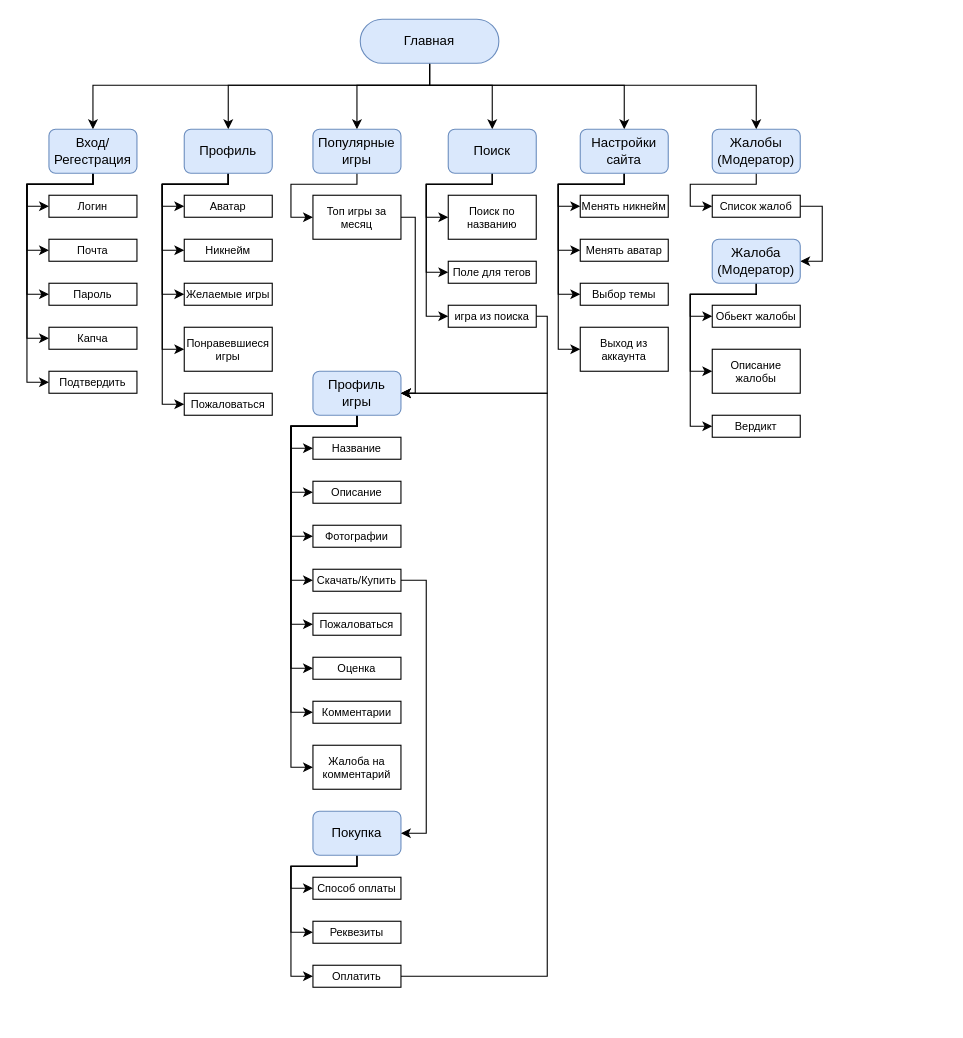
MaxUnLuck/html keeps this draw.io diagram as Структура сайта.drawio. Above is the earlier version. Source tidied: cells renumbered, new cells numbered last; positions are measured from the earlier drawing's top-left corner, leaving out a move shared by most shapes. Both pictures are drawn from the tidied source at 110%, with x=0, y=0 at pixel (26, 19).
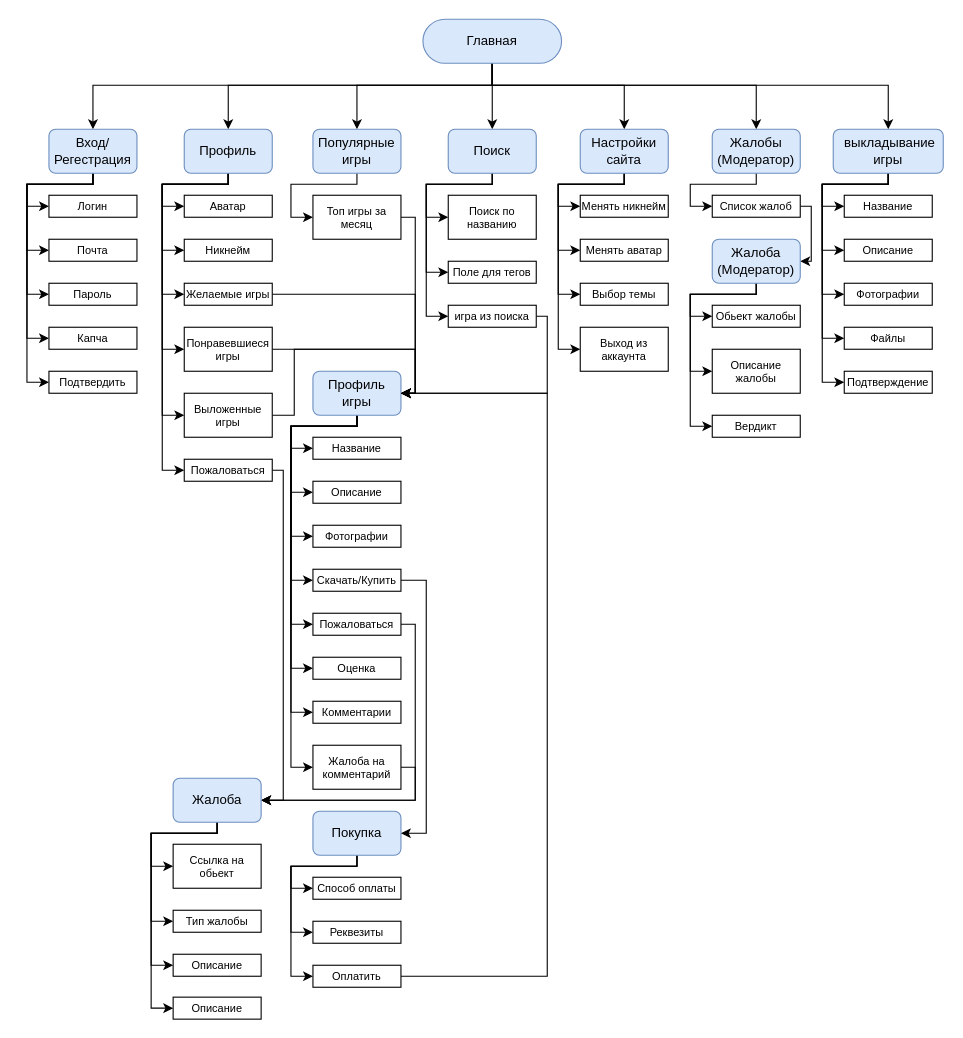
The same page after the edit.

Unchanged cells that the change refers to:
```xml
<mxCell id="10" value="Популярные игры" style="rounded=1;whiteSpace=wrap;html=1;shadow=0;fillColor=#dae8fc;strokeColor=#6c8ebf;" parent="1" vertex="1">
  <mxGeometry x="260" y="100" width="80" height="40" as="geometry" />
</mxCell>
<mxCell id="16" value="Профиль" style="rounded=1;whiteSpace=wrap;html=1;shadow=0;fillColor=#dae8fc;strokeColor=#6c8ebf;" parent="1" vertex="1">
  <mxGeometry x="143" y="100" width="80" height="40" as="geometry" />
</mxCell>
<mxCell id="22" value="Вход/Регестрация" style="rounded=1;whiteSpace=wrap;html=1;shadow=0;fillColor=#dae8fc;strokeColor=#6c8ebf;" parent="1" vertex="1">
  <mxGeometry x="20" y="100" width="80" height="40" as="geometry" />
</mxCell>
<mxCell id="27" value="Настройки сайта" style="rounded=1;whiteSpace=wrap;html=1;shadow=0;fillColor=#dae8fc;strokeColor=#6c8ebf;" parent="1" vertex="1">
  <mxGeometry x="503" y="100" width="80" height="40" as="geometry" />
</mxCell>
<mxCell id="31" value="Поиск" style="rounded=1;whiteSpace=wrap;html=1;shadow=0;fillColor=#dae8fc;strokeColor=#6c8ebf;" parent="1" vertex="1">
  <mxGeometry x="383" y="100" width="80" height="40" as="geometry" />
</mxCell>
<mxCell id="40" value="Профиль игры" style="rounded=1;whiteSpace=wrap;html=1;shadow=0;fillColor=#dae8fc;strokeColor=#6c8ebf;" parent="1" vertex="1">
  <mxGeometry x="260" y="320" width="80" height="40" as="geometry" />
</mxCell>
<mxCell id="50" value="&lt;font style=&quot;font-size: 10px;&quot;&gt;Желаемые игры&lt;/font&gt;" style="rounded=0;whiteSpace=wrap;html=1;fontSize=10;shadow=0;" parent="1" vertex="1">
  <mxGeometry x="143" y="240" width="80" height="20" as="geometry" />
</mxCell>
<mxCell id="51" value="&lt;font style=&quot;font-size: 10px;&quot;&gt;Понравевшиеся игры&lt;/font&gt;" style="rounded=0;whiteSpace=wrap;html=1;fontSize=10;shadow=0;" parent="1" vertex="1">
  <mxGeometry x="143" y="280" width="80" height="40" as="geometry" />
</mxCell>
<mxCell id="72" value="&lt;font style=&quot;font-size: 10px;&quot;&gt;Пожаловаться&lt;/font&gt;" style="rounded=0;whiteSpace=wrap;html=1;fontSize=10;shadow=0;" parent="1" vertex="1">
  <mxGeometry x="260" y="540" width="80" height="20" as="geometry" />
</mxCell>
<mxCell id="74" value="Жалобы (Модератор)" style="rounded=1;whiteSpace=wrap;html=1;shadow=0;fillColor=#dae8fc;strokeColor=#6c8ebf;" parent="1" vertex="1">
  <mxGeometry x="623" y="100" width="80" height="40" as="geometry" />
</mxCell>
<mxCell id="76" value="Список жалоб" style="rounded=0;whiteSpace=wrap;html=1;fontSize=10;shadow=0;" parent="1" vertex="1">
  <mxGeometry x="623" y="160" width="80" height="20" as="geometry" />
</mxCell>
<mxCell id="85" value="Жалоба (Модератор)" style="rounded=1;whiteSpace=wrap;html=1;shadow=0;fillColor=#dae8fc;strokeColor=#6c8ebf;" parent="1" vertex="1">
  <mxGeometry x="623" y="200" width="80" height="40" as="geometry" />
</mxCell>
<mxCell id="86" value="&lt;font style=&quot;font-size: 10px;&quot;&gt;Жалоба на комментарий&lt;/font&gt;" style="rounded=0;whiteSpace=wrap;html=1;fontSize=10;shadow=0;" parent="1" vertex="1">
  <mxGeometry x="260" y="660" width="80" height="40" as="geometry" />
</mxCell>
```

Diff of the diagram source:
```diff
@@
     <mxCell id="2" style="edgeStyle=orthogonalEdgeStyle;rounded=0;jettySize=auto;html=1;entryX=0.5;entryY=0;entryDx=0;entryDy=0;shadow=0;" parent="1" edge="1" source="8" target="10">
       <mxGeometry relative="1" as="geometry">
         <Array as="points">
-          <mxPoint x="366" y="60" />
+          <mxPoint x="423" y="60" />
           <mxPoint x="300" y="60" />
         </Array>
       </mxGeometry>
     </mxCell>
     <mxCell id="3" style="edgeStyle=orthogonalEdgeStyle;rounded=0;jettySize=auto;html=1;entryX=0.5;entryY=0;entryDx=0;entryDy=0;shadow=0;" parent="1" edge="1" source="8" target="16">
       <mxGeometry relative="1" as="geometry">
         <Array as="points">
-          <mxPoint x="366" y="60" />
+          <mxPoint x="423" y="60" />
           <mxPoint x="183" y="60" />
         </Array>
       </mxGeometry>
     </mxCell>
     <mxCell id="4" style="edgeStyle=orthogonalEdgeStyle;rounded=0;jettySize=auto;html=1;entryX=0.5;entryY=0;entryDx=0;entryDy=0;shadow=0;" parent="1" edge="1" source="8" target="22">
       <mxGeometry relative="1" as="geometry">
         <Array as="points">
-          <mxPoint x="366" y="60" />
+          <mxPoint x="423" y="60" />
           <mxPoint x="60" y="60" />
         </Array>
       </mxGeometry>
     </mxCell>
     <mxCell id="5" style="edgeStyle=orthogonalEdgeStyle;rounded=0;jettySize=auto;html=1;entryX=0.5;entryY=0;entryDx=0;entryDy=0;shadow=0;" parent="1" edge="1" source="8" target="31">
       <mxGeometry relative="1" as="geometry">
         <Array as="points">
-          <mxPoint x="366" y="60" />
-          <mxPoint x="423" y="60" />
+          <mxPoint x="423" y="50" />
+          <mxPoint x="423" y="50" />
         </Array>
       </mxGeometry>
     </mxCell>
     <mxCell id="6" style="edgeStyle=orthogonalEdgeStyle;rounded=0;jettySize=auto;html=1;entryX=0.5;entryY=0;entryDx=0;entryDy=0;shadow=0;" parent="1" edge="1" source="8" target="27">
       <mxGeometry relative="1" as="geometry">
         <Array as="points">
-          <mxPoint x="366" y="60" />
+          <mxPoint x="423" y="60" />
           <mxPoint x="543" y="60" />
         </Array>
       </mxGeometry>
     </mxCell>
     <mxCell id="7" style="edgeStyle=orthogonalEdgeStyle;rounded=0;jettySize=auto;html=1;entryX=0.5;entryY=0;entryDx=0;entryDy=0;shadow=0;" parent="1" edge="1" source="8" target="74">
       <mxGeometry relative="1" as="geometry">
         <Array as="points">
-          <mxPoint x="366" y="60" />
+          <mxPoint x="423" y="60" />
           <mxPoint x="663" y="60" />
         </Array>
       </mxGeometry>
     </mxCell>
+    <mxCell id="89" style="edgeStyle=orthogonalEdgeStyle;rounded=0;jettySize=auto;html=1;" parent="1" edge="1" source="8" target="110">
+      <mxGeometry relative="1" as="geometry">
+        <Array as="points">
+          <mxPoint x="423" y="60" />
+          <mxPoint x="783" y="60" />
+        </Array>
+      </mxGeometry>
+    </mxCell>
     <mxCell id="8" value="Главная" style="rounded=1;whiteSpace=wrap;html=1;shadow=0;arcSize=50;fillColor=#dae8fc;strokeColor=#6c8ebf;" parent="1" vertex="1">
-      <mxGeometry x="303" width="126" height="40" as="geometry" />
+      <mxGeometry x="360" width="126" height="40" as="geometry" />
     </mxCell>
@@
     <mxCell id="15" style="edgeStyle=orthogonalEdgeStyle;rounded=0;jettySize=auto;html=1;entryX=0;entryY=0.5;entryDx=0;entryDy=0;shadow=0;" parent="1" edge="1" source="16" target="71">
       <mxGeometry relative="1" as="geometry">
         <Array as="points">
           <mxPoint x="183" y="150" />
           <mxPoint x="123" y="150" />
-          <mxPoint x="123" y="350" />
+          <mxPoint x="123" y="410" />
         </Array>
       </mxGeometry>
     </mxCell>
+    <mxCell id="90" style="edgeStyle=orthogonalEdgeStyle;rounded=0;jettySize=auto;html=1;entryX=0;entryY=0.5;entryDx=0;entryDy=0;" parent="1" edge="1" source="16" target="117">
+      <mxGeometry relative="1" as="geometry">
+        <Array as="points">
+          <mxPoint x="183" y="150" />
+          <mxPoint x="123" y="150" />
+          <mxPoint x="123" y="360" />
+        </Array>
+      </mxGeometry>
+    </mxCell>
@@
+    <mxCell id="91" style="edgeStyle=orthogonalEdgeStyle;rounded=0;jettySize=auto;html=1;entryX=1;entryY=0.5;entryDx=0;entryDy=0;" parent="1" edge="1" source="50" target="40">
+      <mxGeometry relative="1" as="geometry">
+        <Array as="points">
+          <mxPoint x="353" y="250" />
+          <mxPoint x="353" y="340" />
+        </Array>
+      </mxGeometry>
+    </mxCell>
@@
+    <mxCell id="92" style="edgeStyle=orthogonalEdgeStyle;rounded=0;jettySize=auto;html=1;entryX=1;entryY=0.5;entryDx=0;entryDy=0;" parent="1" edge="1" source="51" target="40">
+      <mxGeometry relative="1" as="geometry">
+        <Array as="points">
+          <mxPoint x="353" y="300" />
+          <mxPoint x="353" y="340" />
+        </Array>
+      </mxGeometry>
+    </mxCell>
@@
+    <mxCell id="93" style="edgeStyle=orthogonalEdgeStyle;rounded=0;jettySize=auto;html=1;entryX=1;entryY=0.5;entryDx=0;entryDy=0;" parent="1" edge="1" source="71" target="100">
+      <mxGeometry relative="1" as="geometry">
+        <Array as="points">
+          <mxPoint x="233" y="410" />
+          <mxPoint x="233" y="710" />
+        </Array>
+      </mxGeometry>
+    </mxCell>
     <mxCell id="71" value="&lt;font style=&quot;font-size: 10px;&quot;&gt;Пожаловаться&lt;/font&gt;" style="rounded=0;whiteSpace=wrap;html=1;fontSize=10;shadow=0;" parent="1" vertex="1">
-      <mxGeometry x="143" y="340" width="80" height="20" as="geometry" />
+      <mxGeometry x="143" y="400" width="80" height="20" as="geometry" />
     </mxCell>
+    <mxCell id="94" style="edgeStyle=orthogonalEdgeStyle;rounded=0;jettySize=auto;html=1;entryX=1;entryY=0.5;entryDx=0;entryDy=0;" parent="1" edge="1" source="72" target="100">
+      <mxGeometry relative="1" as="geometry">
+        <Array as="points">
+          <mxPoint x="353" y="550" />
+          <mxPoint x="353" y="710" />
+        </Array>
+      </mxGeometry>
+    </mxCell>
@@
     <mxCell id="75" style="edgeStyle=orthogonalEdgeStyle;rounded=0;jettySize=auto;html=1;entryX=1;entryY=0.5;entryDx=0;entryDy=0;" parent="1" edge="1" source="76" target="85">
       <mxGeometry relative="1" as="geometry">
         <Array as="points">
-          <mxPoint x="723" y="170" />
-          <mxPoint x="723" y="220" />
+          <mxPoint x="713" y="170" />
+          <mxPoint x="713" y="220" />
         </Array>
       </mxGeometry>
     </mxCell>
@@
+    <mxCell id="95" style="edgeStyle=orthogonalEdgeStyle;rounded=0;jettySize=auto;html=1;entryX=1;entryY=0.5;entryDx=0;entryDy=0;" parent="1" edge="1" source="86" target="100">
+      <mxGeometry relative="1" as="geometry">
+        <Array as="points">
+          <mxPoint x="353" y="680" />
+          <mxPoint x="353" y="710" />
+        </Array>
+      </mxGeometry>
+    </mxCell>
@@
+    <mxCell id="96" style="edgeStyle=orthogonalEdgeStyle;rounded=0;jettySize=auto;html=1;entryX=0;entryY=0.5;entryDx=0;entryDy=0;" parent="1" edge="1" source="100" target="103">
+      <mxGeometry relative="1" as="geometry">
+        <Array as="points">
+          <mxPoint x="172.9" y="740" />
+          <mxPoint x="112.9" y="740" />
+          <mxPoint x="112.9" y="770" />
+        </Array>
+      </mxGeometry>
+    </mxCell>
+    <mxCell id="97" style="edgeStyle=orthogonalEdgeStyle;rounded=0;jettySize=auto;html=1;entryX=0;entryY=0.5;entryDx=0;entryDy=0;" parent="1" edge="1" source="100" target="101">
+      <mxGeometry relative="1" as="geometry">
+        <Array as="points">
+          <mxPoint x="172.9" y="740" />
+          <mxPoint x="112.9" y="740" />
+          <mxPoint x="112.9" y="820" />
+        </Array>
+      </mxGeometry>
+    </mxCell>
+    <mxCell id="98" style="edgeStyle=orthogonalEdgeStyle;rounded=0;jettySize=auto;html=1;entryX=0;entryY=0.5;entryDx=0;entryDy=0;" parent="1" edge="1" source="100" target="102">
+      <mxGeometry relative="1" as="geometry">
+        <Array as="points">
+          <mxPoint x="172.9" y="740" />
+          <mxPoint x="112.9" y="740" />
+          <mxPoint x="112.9" y="860" />
+        </Array>
+      </mxGeometry>
+    </mxCell>
+    <mxCell id="99" style="edgeStyle=orthogonalEdgeStyle;rounded=0;jettySize=auto;html=1;entryX=0;entryY=0.5;entryDx=0;entryDy=0;" parent="1" edge="1" source="100" target="104">
+      <mxGeometry relative="1" as="geometry">
+        <Array as="points">
+          <mxPoint x="172.9" y="740" />
+          <mxPoint x="112.9" y="740" />
+          <mxPoint x="112.9" y="899" />
+        </Array>
+      </mxGeometry>
+    </mxCell>
+    <mxCell id="100" value="Жалоба" style="rounded=1;whiteSpace=wrap;html=1;shadow=0;fillColor=#dae8fc;strokeColor=#6c8ebf;" parent="1" vertex="1">
+      <mxGeometry x="132.9" y="690" width="80" height="40" as="geometry" />
+    </mxCell>
+    <mxCell id="101" value="Тип жалобы" style="rounded=0;whiteSpace=wrap;html=1;fontSize=10;shadow=0;" parent="1" vertex="1">
+      <mxGeometry x="132.9" y="810" width="80" height="20" as="geometry" />
+    </mxCell>
+    <mxCell id="102" value="Описание" style="rounded=0;whiteSpace=wrap;html=1;fontSize=10;shadow=0;" parent="1" vertex="1">
+      <mxGeometry x="132.9" y="850" width="80" height="20" as="geometry" />
+    </mxCell>
+    <mxCell id="103" value="Ссылка на обьект" style="rounded=0;whiteSpace=wrap;html=1;fontSize=10;shadow=0;" parent="1" vertex="1">
+      <mxGeometry x="132.9" y="750" width="80" height="40" as="geometry" />
+    </mxCell>
+    <mxCell id="104" value="Описание" style="rounded=0;whiteSpace=wrap;html=1;fontSize=10;shadow=0;" parent="1" vertex="1">
+      <mxGeometry x="132.9" y="889" width="80" height="20" as="geometry" />
+    </mxCell>
+    <mxCell id="105" style="edgeStyle=orthogonalEdgeStyle;rounded=0;jettySize=auto;html=1;entryX=0;entryY=0.5;entryDx=0;entryDy=0;" parent="1" edge="1" source="110" target="111">
+      <mxGeometry relative="1" as="geometry">
+        <Array as="points">
+          <mxPoint x="783" y="150" />
+          <mxPoint x="723" y="150" />
+          <mxPoint x="723" y="170" />
+        </Array>
+      </mxGeometry>
+    </mxCell>
+    <mxCell id="106" style="edgeStyle=orthogonalEdgeStyle;rounded=0;jettySize=auto;html=1;entryX=0;entryY=0.5;entryDx=0;entryDy=0;" parent="1" edge="1" source="110" target="112">
+      <mxGeometry relative="1" as="geometry">
+        <Array as="points">
+          <mxPoint x="783" y="150" />
+          <mxPoint x="723" y="150" />
+          <mxPoint x="723" y="210" />
+        </Array>
+      </mxGeometry>
+    </mxCell>
+    <mxCell id="107" style="edgeStyle=orthogonalEdgeStyle;rounded=0;jettySize=auto;html=1;entryX=0;entryY=0.5;entryDx=0;entryDy=0;" parent="1" edge="1" source="110" target="113">
+      <mxGeometry relative="1" as="geometry">
+        <Array as="points">
+          <mxPoint x="783" y="150" />
+          <mxPoint x="723" y="150" />
+          <mxPoint x="723" y="250" />
+        </Array>
+      </mxGeometry>
+    </mxCell>
+    <mxCell id="108" style="edgeStyle=orthogonalEdgeStyle;rounded=0;jettySize=auto;html=1;entryX=0;entryY=0.5;entryDx=0;entryDy=0;" parent="1" edge="1" source="110" target="114">
+      <mxGeometry relative="1" as="geometry">
+        <Array as="points">
+          <mxPoint x="783" y="150" />
+          <mxPoint x="723" y="150" />
+          <mxPoint x="723" y="290" />
+        </Array>
+      </mxGeometry>
+    </mxCell>
+    <mxCell id="109" style="edgeStyle=orthogonalEdgeStyle;rounded=0;jettySize=auto;html=1;entryX=0;entryY=0.5;entryDx=0;entryDy=0;" parent="1" edge="1" source="110" target="115">
+      <mxGeometry relative="1" as="geometry">
+        <Array as="points">
+          <mxPoint x="783" y="150" />
+          <mxPoint x="723" y="150" />
+          <mxPoint x="723" y="330" />
+        </Array>
+      </mxGeometry>
+    </mxCell>
+    <mxCell id="110" value="&amp;nbsp;выкладывание игры" style="rounded=1;whiteSpace=wrap;html=1;shadow=0;fillColor=#dae8fc;strokeColor=#6c8ebf;" parent="1" vertex="1">
+      <mxGeometry x="733" y="100" width="100" height="40" as="geometry" />
+    </mxCell>
+    <mxCell id="111" value="Название" style="rounded=0;whiteSpace=wrap;html=1;fontSize=10;shadow=0;" parent="1" vertex="1">
+      <mxGeometry x="743" y="160" width="80" height="20" as="geometry" />
+    </mxCell>
+    <mxCell id="112" value="Описание" style="rounded=0;whiteSpace=wrap;html=1;fontSize=10;shadow=0;" parent="1" vertex="1">
+      <mxGeometry x="743" y="200" width="80" height="20" as="geometry" />
+    </mxCell>
+    <mxCell id="113" value="Фотографии" style="rounded=0;whiteSpace=wrap;html=1;fontSize=10;shadow=0;" parent="1" vertex="1">
+      <mxGeometry x="743" y="240" width="80" height="20" as="geometry" />
+    </mxCell>
+    <mxCell id="114" value="Файлы" style="rounded=0;whiteSpace=wrap;html=1;fontSize=10;shadow=0;" parent="1" vertex="1">
+      <mxGeometry x="743" y="280" width="80" height="20" as="geometry" />
+    </mxCell>
+    <mxCell id="115" value="Подтверждение" style="rounded=0;whiteSpace=wrap;html=1;fontSize=10;shadow=0;" parent="1" vertex="1">
+      <mxGeometry x="743" y="320" width="80" height="20" as="geometry" />
+    </mxCell>
+    <mxCell id="116" style="edgeStyle=orthogonalEdgeStyle;rounded=0;jettySize=auto;html=1;entryX=1;entryY=0.5;entryDx=0;entryDy=0;" parent="1" edge="1" source="117" target="40">
+      <mxGeometry relative="1" as="geometry">
+        <Array as="points">
+          <mxPoint x="243" y="360" />
+          <mxPoint x="243" y="300" />
+          <mxPoint x="353" y="300" />
+          <mxPoint x="353" y="340" />
+        </Array>
+      </mxGeometry>
+    </mxCell>
+    <mxCell id="117" value="&lt;font style=&quot;font-size: 10px;&quot;&gt;Выложенные игры&lt;/font&gt;" style="rounded=0;whiteSpace=wrap;html=1;fontSize=10;shadow=0;" parent="1" vertex="1">
+      <mxGeometry x="143" y="340" width="80" height="40" as="geometry" />
+    </mxCell>
```
